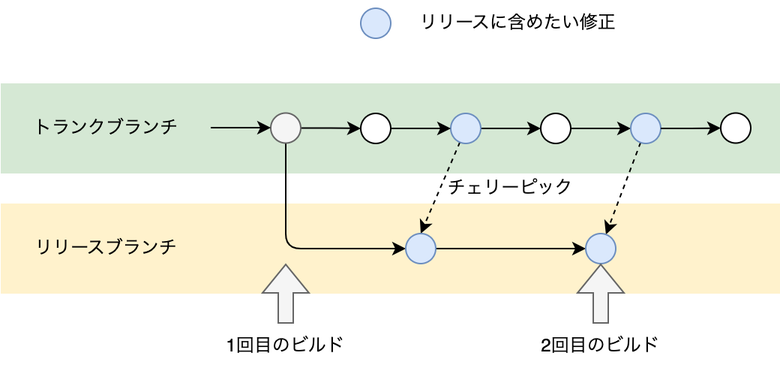
Earlier version of the draw.io export images/mobile-trunk-based-release-strategy/trunk-based-regular-release_03.png (shotaIDE/zenn). Source tidied: cells renumbered, new cells last; positions are measured from the earlier drawing's top-left corner, leaving out a move shared by most shapes.
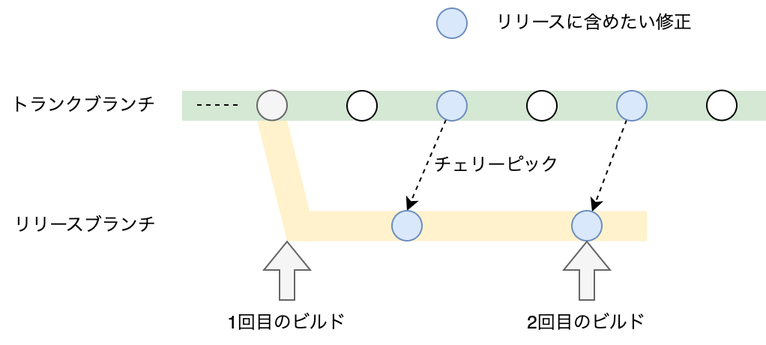
The same diagram one commit later.

Diff of the diagram source:
```diff
@@ -2,109 +2,86 @@
   <root>
     <mxCell id="0" />
     <mxCell id="1" parent="0" />
-    <mxCell id="2" style="rounded=0;whiteSpace=wrap;html=1;fillColor=#fff2cc;strokeColor=none;" parent="1" vertex="1">
-      <mxGeometry y="135" width="520" height="60" as="geometry" />
+    <mxCell id="2" style="group;" parent="1" vertex="1">
+      <mxGeometry x="180" y="95" width="260" height="80.2" as="geometry" />
     </mxCell>
-    <mxCell id="3" style="rounded=0;whiteSpace=wrap;html=1;fillColor=#d5e8d4;strokeColor=none;" parent="1" vertex="1">
-      <mxGeometry y="55" width="520" height="60" as="geometry" />
+    <mxCell id="3" style="rounded=0;whiteSpace=wrap;html=1;fillColor=#fff2cc;strokeColor=none;" parent="2" vertex="1">
+      <mxGeometry x="30" y="60.2" width="230" height="20" as="geometry" />
     </mxCell>
-    <mxCell id="4" style="edgeStyle=orthogonalEdgeStyle;rounded=1;jettySize=auto;html=1;curved=0;entryX=0;entryY=0.5;entryDx=0;entryDy=0;" parent="1" edge="1" source="6" target="20">
-      <mxGeometry relative="1" as="geometry">
-        <Array as="points">
-          <mxPoint x="190" y="165" />
-        </Array>
-      </mxGeometry>
+    <mxCell id="4" style="shape=parallelogram;perimeter=parallelogramPerimeter;whiteSpace=wrap;html=1;fixedSize=1;fillColor=#fff2cc;strokeColor=none;flipH=1;" parent="2" vertex="1">
+      <mxGeometry width="40" height="80.2" as="geometry" />
     </mxCell>
-    <mxCell id="5" style="edgeStyle=orthogonalEdgeStyle;rounded=0;jettySize=auto;html=1;entryX=0;entryY=0.5;entryDx=0;entryDy=0;" parent="1" edge="1" source="6" target="26">
-      <mxGeometry relative="1" as="geometry" />
+    <mxCell id="5" style="rounded=0;whiteSpace=wrap;html=1;fillColor=#d5e8d4;strokeColor=none;" parent="1" vertex="1">
+      <mxGeometry x="130" y="75" width="390" height="20" as="geometry" />
     </mxCell>
     <mxCell id="6" style="ellipse;whiteSpace=wrap;html=1;fillColor=#f5f5f5;fontColor=#333333;strokeColor=#666666;" parent="1" vertex="1">
       <mxGeometry x="180" y="74.8" width="20" height="20" as="geometry" />
     </mxCell>
     <mxCell id="7" value="トランクブランチ" style="text;html=1;strokeColor=none;fillColor=none;align=center;verticalAlign=middle;whiteSpace=wrap;rounded=0;" parent="1" vertex="1">
-      <mxGeometry x="14.5" y="73.8" width="111" height="22.5" as="geometry" />
+      <mxGeometry x="9" y="73.5" width="111" height="22.5" as="geometry" />
     </mxCell>
     <mxCell id="8" value="リリースブランチ" style="text;html=1;strokeColor=none;fillColor=none;align=center;verticalAlign=middle;whiteSpace=wrap;rounded=0;" parent="1" vertex="1">
-      <mxGeometry x="19.5" y="155" width="101" height="20" as="geometry" />
+      <mxGeometry x="14.5" y="155" width="101" height="20" as="geometry" />
     </mxCell>
-    <mxCell id="9" style="edgeStyle=orthogonalEdgeStyle;rounded=0;orthogonalLoop=1;jettySize=auto;html=1;" parent="1" edge="1">
-      <mxGeometry relative="1" as="geometry">
-        <mxPoint x="140" y="84.5" as="sourcePoint" />
-        <mxPoint x="180" y="84.5" as="targetPoint" />
-        <Array as="points">
-          <mxPoint x="150" y="84.5" />
-          <mxPoint x="150" y="84.5" />
-        </Array>
-      </mxGeometry>
+    <mxCell id="9" style="rounded=0;jettySize=auto;html=1;entryX=0.5;entryY=0;entryDx=0;entryDy=0;dashed=1;" parent="1" edge="1" source="10" target="15">
+      <mxGeometry relative="1" as="geometry" />
     </mxCell>
-    <mxCell id="10" style="edgeStyle=orthogonalEdgeStyle;rounded=0;jettySize=auto;html=1;entryX=0;entryY=0.5;entryDx=0;entryDy=0;" parent="1" edge="1" source="12" target="14">
-      <mxGeometry relative="1" as="geometry" />
+    <mxCell id="10" style="ellipse;whiteSpace=wrap;html=1;fillColor=#dae8fc;strokeColor=#6c8ebf;" parent="1" vertex="1">
+      <mxGeometry x="300" y="75" width="20" height="20" as="geometry" />
     </mxCell>
-    <mxCell id="11" style="rounded=0;jettySize=auto;html=1;entryX=0.5;entryY=0;entryDx=0;entryDy=0;dashed=1;" parent="1" edge="1" source="12" target="20">
-      <mxGeometry relative="1" as="geometry" />
+    <mxCell id="11" style="ellipse;whiteSpace=wrap;html=1;" parent="1" vertex="1">
+      <mxGeometry x="360" y="75" width="20" height="20" as="geometry" />
     </mxCell>
-    <mxCell id="12" style="ellipse;whiteSpace=wrap;html=1;fillColor=#dae8fc;strokeColor=#6c8ebf;" parent="1" vertex="1">
-      <mxGeometry x="300" y="75" width="20" height="20" as="geometry" />
+    <mxCell id="12" style="rounded=0;jettySize=auto;html=1;dashed=1;" parent="1" edge="1" source="13" target="16">
+      <mxGeometry relative="1" as="geometry" />
     </mxCell>
-    <mxCell id="13" style="edgeStyle=orthogonalEdgeStyle;rounded=0;jettySize=auto;html=1;entryX=0;entryY=0.5;entryDx=0;entryDy=0;" parent="1" edge="1" source="14" target="16">
-      <mxGeometry relative="1" as="geometry" />
+    <mxCell id="13" style="ellipse;whiteSpace=wrap;html=1;fillColor=#dae8fc;strokeColor=#6c8ebf;" parent="1" vertex="1">
+      <mxGeometry x="420" y="75" width="20" height="20" as="geometry" />
     </mxCell>
     <mxCell id="14" style="ellipse;whiteSpace=wrap;html=1;" parent="1" vertex="1">
-      <mxGeometry x="360" y="75" width="20" height="20" as="geometry" />
+      <mxGeometry x="480" y="74.8" width="20" height="20" as="geometry" />
     </mxCell>
-    <mxCell id="15" style="rounded=0;jettySize=auto;html=1;dashed=1;" parent="1" edge="1" source="16" target="21">
-      <mxGeometry relative="1" as="geometry" />
+    <mxCell id="15" style="ellipse;whiteSpace=wrap;html=1;fillColor=#dae8fc;strokeColor=#6c8ebf;" parent="1" vertex="1">
+      <mxGeometry x="270" y="155" width="20" height="20" as="geometry" />
     </mxCell>
     <mxCell id="16" style="ellipse;whiteSpace=wrap;html=1;fillColor=#dae8fc;strokeColor=#6c8ebf;" parent="1" vertex="1">
-      <mxGeometry x="420" y="75" width="20" height="20" as="geometry" />
+      <mxGeometry x="390" y="155" width="20" height="20" as="geometry" />
     </mxCell>
-    <mxCell id="17" style="ellipse;whiteSpace=wrap;html=1;" parent="1" vertex="1">
-      <mxGeometry x="480" y="74.8" width="20" height="20" as="geometry" />
+    <mxCell id="17" style="ellipse;whiteSpace=wrap;html=1;fillColor=#dae8fc;strokeColor=#6c8ebf;" parent="1" vertex="1">
+      <mxGeometry x="300" y="20" width="20" height="20" as="geometry" />
     </mxCell>
-    <mxCell id="18" style="edgeStyle=orthogonalEdgeStyle;rounded=0;jettySize=auto;html=1;entryX=0;entryY=0.5;entryDx=0;entryDy=0;" parent="1" edge="1" source="16" target="17">
-      <mxGeometry relative="1" as="geometry" />
+    <mxCell id="18" value="リリースに含めたい修正" style="text;html=1;align=center;verticalAlign=middle;whiteSpace=wrap;rounded=0;" parent="1" vertex="1">
+      <mxGeometry x="330" y="15" width="150" height="30" as="geometry" />
     </mxCell>
-    <mxCell id="19" style="edgeStyle=orthogonalEdgeStyle;rounded=0;jettySize=auto;html=1;" parent="1" edge="1" source="20" target="21">
-      <mxGeometry relative="1" as="geometry" />
+    <mxCell id="19" value="チェリーピック" style="text;html=1;align=center;verticalAlign=middle;whiteSpace=wrap;rounded=0;" parent="1" vertex="1">
+      <mxGeometry x="290" y="110" width="100" height="30" as="geometry" />
     </mxCell>
-    <mxCell id="20" style="ellipse;whiteSpace=wrap;html=1;fillColor=#dae8fc;strokeColor=#6c8ebf;" parent="1" vertex="1">
-      <mxGeometry x="270" y="155" width="20" height="20" as="geometry" />
+    <mxCell id="20" style="ellipse;whiteSpace=wrap;html=1;" parent="1" vertex="1">
+      <mxGeometry x="240" y="75" width="20" height="20" as="geometry" />
     </mxCell>
-    <mxCell id="21" style="ellipse;whiteSpace=wrap;html=1;fillColor=#dae8fc;strokeColor=#6c8ebf;" parent="1" vertex="1">
-      <mxGeometry x="390" y="155" width="20" height="20" as="geometry" />
+    <mxCell id="21" style="shape=flexArrow;endArrow=classic;html=1;rounded=0;fillColor=#f5f5f5;strokeColor=#666666;" parent="1" edge="1">
+      <mxGeometry relative="1" as="geometry">
+        <mxPoint x="200" y="215" as="sourcePoint" />
+        <mxPoint x="200" y="175" as="targetPoint" />
+      </mxGeometry>
     </mxCell>
-    <mxCell id="22" style="ellipse;whiteSpace=wrap;html=1;fillColor=#dae8fc;strokeColor=#6c8ebf;" parent="1" vertex="1">
-      <mxGeometry x="240" y="5" width="20" height="20" as="geometry" />
+    <mxCell id="22" value="1回目のビルド" style="text;html=1;align=center;verticalAlign=middle;whiteSpace=wrap;rounded=0;fontFamily=Helvetica;fontSize=12;fontColor=default;" parent="1" vertex="1">
+      <mxGeometry x="150" y="215" width="100" height="30" as="geometry" />
     </mxCell>
-    <mxCell id="23" value="リリースに含めたい修正" style="text;html=1;align=center;verticalAlign=middle;whiteSpace=wrap;rounded=0;" parent="1" vertex="1">
-      <mxGeometry x="270" width="150" height="30" as="geometry" />
+    <mxCell id="23" style="shape=flexArrow;endArrow=classic;html=1;rounded=0;fillColor=#f5f5f5;strokeColor=#666666;" parent="1" edge="1">
+      <mxGeometry relative="1" as="geometry">
+        <mxPoint x="400" y="215" as="sourcePoint" />
+        <mxPoint x="400" y="175" as="targetPoint" />
+      </mxGeometry>
     </mxCell>
-    <mxCell id="24" value="チェリーピック" style="text;html=1;align=center;verticalAlign=middle;whiteSpace=wrap;rounded=0;" parent="1" vertex="1">
-      <mxGeometry x="290" y="110" width="100" height="30" as="geometry" />
+    <mxCell id="24" value="2回目のビルド" style="text;html=1;align=center;verticalAlign=middle;whiteSpace=wrap;rounded=0;fontFamily=Helvetica;fontSize=12;fontColor=default;" parent="1" vertex="1">
+      <mxGeometry x="350" y="215" width="100" height="30" as="geometry" />
     </mxCell>
-    <mxCell id="25" style="edgeStyle=orthogonalEdgeStyle;rounded=0;jettySize=auto;html=1;entryX=0;entryY=0.5;entryDx=0;entryDy=0;" parent="1" edge="1" source="26" target="12">
-      <mxGeometry relative="1" as="geometry" />
+    <mxCell id="25" style="endArrow=none;html=1;rounded=0;dashed=1;endFill=0;" parent="1" edge="1">
+      <mxGeometry relative="1" as="geometry">
+        <mxPoint x="140" y="84.5" as="sourcePoint" />
+        <mxPoint x="170" y="84.5" as="targetPoint" />
+      </mxGeometry>
     </mxCell>
-    <mxCell id="26" style="ellipse;whiteSpace=wrap;html=1;" parent="1" vertex="1">
-      <mxGeometry x="240" y="75" width="20" height="20" as="geometry" />
-    </mxCell>
-    <mxCell id="27" style="shape=flexArrow;endArrow=classic;html=1;rounded=0;fillColor=#f5f5f5;strokeColor=#666666;" parent="1" edge="1">
-      <mxGeometry relative="1" as="geometry">
-        <mxPoint x="190" y="215" as="sourcePoint" />
-        <mxPoint x="190" y="175" as="targetPoint" />
-      </mxGeometry>
-    </mxCell>
-    <mxCell id="28" value="1回目のビルド" style="text;html=1;align=center;verticalAlign=middle;whiteSpace=wrap;rounded=0;fontFamily=Helvetica;fontSize=12;fontColor=default;" parent="1" vertex="1">
-      <mxGeometry x="140" y="215" width="100" height="30" as="geometry" />
-    </mxCell>
-    <mxCell id="29" style="shape=flexArrow;endArrow=classic;html=1;rounded=0;fillColor=#f5f5f5;strokeColor=#666666;" parent="1" edge="1">
-      <mxGeometry relative="1" as="geometry">
-        <mxPoint x="400" y="215" as="sourcePoint" />
-        <mxPoint x="400" y="175" as="targetPoint" />
-      </mxGeometry>
-    </mxCell>
-    <mxCell id="30" value="2回目のビルド" style="text;html=1;align=center;verticalAlign=middle;whiteSpace=wrap;rounded=0;fontFamily=Helvetica;fontSize=12;fontColor=default;" parent="1" vertex="1">
-      <mxGeometry x="350" y="215" width="100" height="30" as="geometry" />
-    </mxCell>
   </root>
 </mxGraphModel>
```
